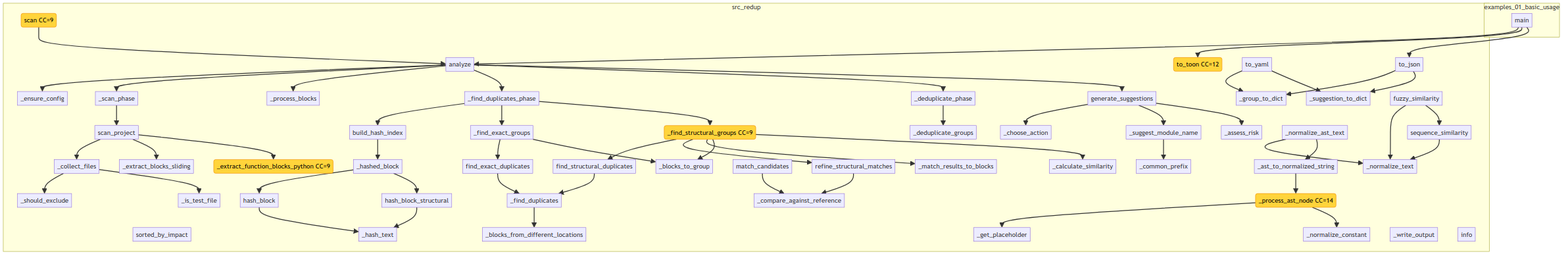
The Mermaid diagram project/flow.png in semcod/redup, before a commit. Its source is kept beside it as project/flow.mmd.
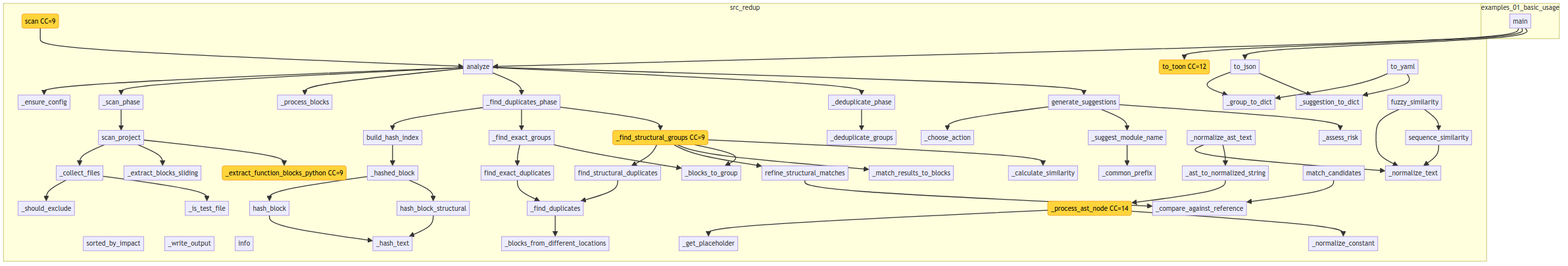
The same diagram one commit later.

What changed in the source:
```diff
@@ -30,13 +30,11 @@
         src___group_to_dict["_group_to_dict"]
         src___suggestion_to_dict["_suggestion_to_dict"]
         src__redup__reporters__json_reporter__to_json["to_json"]
+        src__redup__reporters__toon_reporter__to_toon("to_toon CC=12")
         src__redup__reporters__yaml_reporter__to_yaml["to_yaml"]
-        src__redup__reporters__toon_reporter__to_toon("to_toon CC=12")
-        src__redup__core__matcher__sequence_similarity["sequence_similarity"]
-        src__redup__core__matcher__fuzzy_similarity["fuzzy_similarity"]
-        src___compare_against_reference["_compare_against_reference"]
-        src__redup__core__matcher__match_candidates["match_candidates"]
-        src__refine_structural_matches["refine_structural_matches"]
+        src__redup__cli_app__main___write_output["_write_output"]
+        src__redup__cli_app__main__scan("scan CC=9")
+        src__redup__cli_app__main__info["info"]
         src__redup__core__hasher___normalize_text["_normalize_text"]
         src__redup__core__hasher___normalize_ast_text["_normalize_ast_text"]
         src___ast_to_normalized_string["_ast_to_normalized_string"]
@@ -52,9 +50,11 @@
         src__redup__core__hasher__find_exact_duplicates["find_exact_duplicates"]
         src__find_structural_duplicates["find_structural_duplicates"]
         src___blocks_from_different_locations["_blocks_from_different_locations"]
-        src__redup__cli_app__main___write_output["_write_output"]
-        src__redup__cli_app__main__scan("scan CC=9")
-        src__redup__cli_app__main__info["info"]
+        src__redup__core__matcher__sequence_similarity["sequence_similarity"]
+        src__redup__core__matcher__fuzzy_similarity["fuzzy_similarity"]
+        src___compare_against_reference["_compare_against_reference"]
+        src__redup__core__matcher__match_candidates["match_candidates"]
+        src__refine_structural_matches["refine_structural_matches"]
     end
     examples__01_basic_usage__main --> src__redup__core__pipeline__analyze
     examples__01_basic_usage__main --> src__redup__reporters__toon_reporter__to_toon
@@ -90,11 +90,7 @@
     src__redup__reporters__json_reporter__to_json --> src___suggestion_to_dict
     src__redup__reporters__yaml_reporter__to_yaml --> src___group_to_dict
     src__redup__reporters__yaml_reporter__to_yaml --> src___suggestion_to_dict
-    src__redup__core__matcher__sequence_similarity --> src__redup__core__hasher___normalize_text
-    src__redup__core__matcher__fuzzy_similarity --> src__redup__core__hasher___normalize_text
-    src__redup__core__matcher__fuzzy_similarity --> src__redup__core__matcher__sequence_similarity
-    src__redup__core__matcher__match_candidates --> src___compare_against_reference
-    src__refine_structural_matches --> src___compare_against_reference
+    src__redup__cli_app__main__scan --> src__redup__core__pipeline__analyze
     src__redup__core__hasher___normalize_ast_text --> src__redup__core__hasher___normalize_text
     src__redup__core__hasher___normalize_ast_text --> src___ast_to_normalized_string
     src___ast_to_normalized_string --> src__redup__core__hasher___process_ast_node
@@ -108,8 +104,12 @@
     src__redup__core__hasher___find_duplicates --> src___blocks_from_different_locations
     src__redup__core__hasher__find_exact_duplicates --> src__redup__core__hasher___find_duplicates
     src__find_structural_duplicates --> src__redup__core__hasher___find_duplicates
-    src__redup__cli_app__main__scan --> src__redup__core__pipeline__analyze
+    src__redup__core__matcher__sequence_similarity --> src__redup__core__hasher___normalize_text
+    src__redup__core__matcher__fuzzy_similarity --> src__redup__core__hasher___normalize_text
+    src__redup__core__matcher__fuzzy_similarity --> src__redup__core__matcher__sequence_similarity
+    src__redup__core__matcher__match_candidates --> src___compare_against_reference
+    src__refine_structural_matches --> src___compare_against_reference
 
     classDef highCC fill:#ff6b6b,stroke:#c92a2a,color:#fff
     classDef medCC fill:#ffd43b,stroke:#f08c00,color:#000
-    class src___extract_function_blocks_python,src___find_structural_groups,src__redup__reporters__toon_reporter__to_toon,src__redup__core__hasher___process_ast_node,src__redup__cli_app__main__scan medCC
+    class src___extract_function_blocks_python,src___find_structural_groups,src__redup__reporters__toon_reporter__to_toon,src__redup__cli_app__main__scan,src__redup__core__hasher___process_ast_node medCC
```
